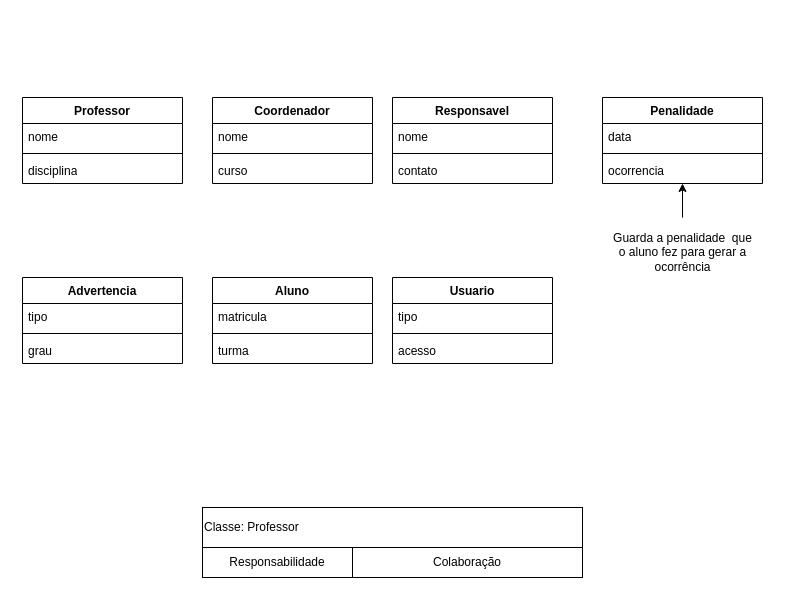
The draw.io diagram identificaçãodeclasse.drawio in J-Gabriels-dev/Problema.suap, before the edit. Source tidied: cells renumbered, new cells numbered last; positions are measured from the earlier drawing's top-left corner, leaving out a move shared by most shapes. Both pictures are drawn from the tidied source at 100%, with x=0, y=0 at pixel (22, 97).
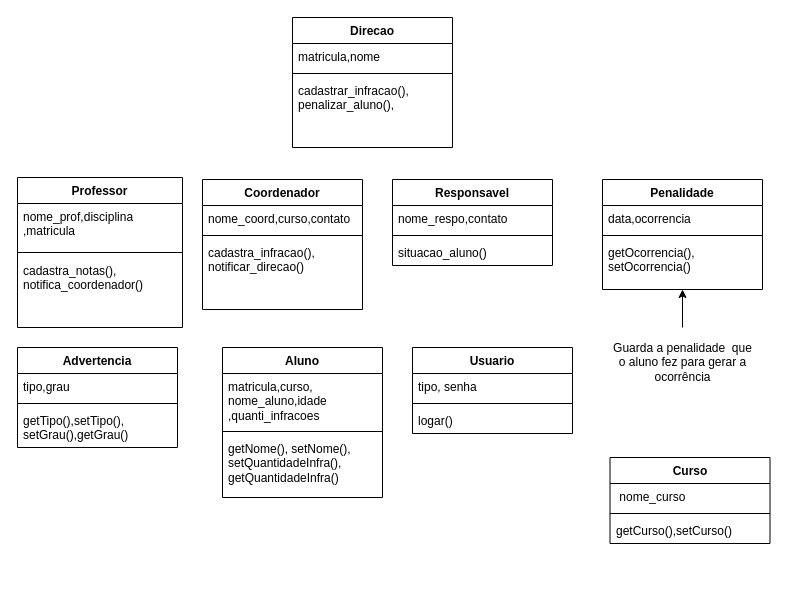
The same diagram, later.

The edit, as a diff of the source:
```diff
@@
     <mxCell id="2" value="&lt;div&gt;Professor&lt;/div&gt;" style="swimlane;fontStyle=1;align=center;verticalAlign=top;horizontal=1;startSize=26;whiteSpace=wrap;html=1;" parent="1" vertex="1">
-      <mxGeometry width="160" height="86" as="geometry" />
+      <mxGeometry x="-5" y="80" width="165" height="150" as="geometry" />
     </mxCell>
-    <mxCell id="3" value="nome" style="text;strokeColor=none;fillColor=none;align=left;verticalAlign=top;spacingLeft=4;spacingRight=4;overflow=hidden;whiteSpace=wrap;html=1;" parent="2" vertex="1">
-      <mxGeometry y="26" width="160" height="26" as="geometry" />
+    <mxCell id="3" value="&lt;div&gt;nome_prof,disciplina&lt;/div&gt;&lt;div&gt;,matricula&lt;/div&gt;" style="text;strokeColor=none;fillColor=none;align=left;verticalAlign=top;spacingLeft=4;spacingRight=4;overflow=hidden;whiteSpace=wrap;html=1;" parent="2" vertex="1">
+      <mxGeometry y="26" width="165" height="44" as="geometry" />
     </mxCell>
     <mxCell id="4" style="line;strokeWidth=1;fillColor=none;align=left;verticalAlign=middle;spacingTop=-1;spacingLeft=3;spacingRight=3;labelPosition=right;strokeColor=inherit;" parent="2" vertex="1">
-      <mxGeometry y="52" width="160" height="8" as="geometry" />
+      <mxGeometry y="70" width="165" height="10" as="geometry" />
     </mxCell>
-    <mxCell id="5" value="disciplina" style="text;strokeColor=none;fillColor=none;align=left;verticalAlign=top;spacingLeft=4;spacingRight=4;overflow=hidden;whiteSpace=wrap;html=1;" parent="2" vertex="1">
-      <mxGeometry y="60" width="160" height="26" as="geometry" />
+    <mxCell id="5" value="&lt;div&gt;cadastra_notas(),&lt;/div&gt;&lt;div&gt;notifica_coordenador()&lt;/div&gt;&lt;div&gt;&lt;br&gt;&lt;/div&gt;" style="text;strokeColor=none;fillColor=none;align=left;verticalAlign=top;spacingLeft=4;spacingRight=4;overflow=hidden;whiteSpace=wrap;html=1;" parent="2" vertex="1">
+      <mxGeometry y="80" width="165" height="70" as="geometry" />
     </mxCell>
     <mxCell id="6" value="Coordenador" style="swimlane;fontStyle=1;align=center;verticalAlign=top;horizontal=1;startSize=26;whiteSpace=wrap;html=1;" parent="1" vertex="1">
-      <mxGeometry x="190" width="160" height="86" as="geometry" />
+      <mxGeometry x="180" y="82" width="160" height="130" as="geometry" />
     </mxCell>
-    <mxCell id="7" value="nome" style="text;strokeColor=none;fillColor=none;align=left;verticalAlign=top;spacingLeft=4;spacingRight=4;overflow=hidden;whiteSpace=wrap;html=1;" parent="6" vertex="1">
+    <mxCell id="7" value="nome_coord,curso,contato" style="text;strokeColor=none;fillColor=none;align=left;verticalAlign=top;spacingLeft=4;spacingRight=4;overflow=hidden;whiteSpace=wrap;html=1;" parent="6" vertex="1">
       <mxGeometry y="26" width="160" height="26" as="geometry" />
     </mxCell>
@@
-    <mxCell id="9" value="curso" style="text;strokeColor=none;fillColor=none;align=left;verticalAlign=top;spacingLeft=4;spacingRight=4;overflow=hidden;whiteSpace=wrap;html=1;" parent="6" vertex="1">
-      <mxGeometry y="60" width="160" height="26" as="geometry" />
+    <mxCell id="9" value="&lt;div&gt;cadastra_infracao(),&lt;/div&gt;&lt;div&gt;notificar_direcao()&lt;/div&gt;" style="text;strokeColor=none;fillColor=none;align=left;verticalAlign=top;spacingLeft=4;spacingRight=4;overflow=hidden;whiteSpace=wrap;html=1;" parent="6" vertex="1">
+      <mxGeometry y="60" width="160" height="70" as="geometry" />
     </mxCell>
     <mxCell id="10" value="Responsavel" style="swimlane;fontStyle=1;align=center;verticalAlign=top;horizontal=1;startSize=26;whiteSpace=wrap;html=1;" parent="1" vertex="1">
-      <mxGeometry x="370" width="160" height="86" as="geometry" />
+      <mxGeometry x="370" y="82" width="160" height="86" as="geometry" />
     </mxCell>
-    <mxCell id="11" value="nome" style="text;strokeColor=none;fillColor=none;align=left;verticalAlign=top;spacingLeft=4;spacingRight=4;overflow=hidden;whiteSpace=wrap;html=1;" parent="10" vertex="1">
+    <mxCell id="11" value="nome_respo,contato" style="text;strokeColor=none;fillColor=none;align=left;verticalAlign=top;spacingLeft=4;spacingRight=4;overflow=hidden;whiteSpace=wrap;html=1;" parent="10" vertex="1">
       <mxGeometry y="26" width="160" height="26" as="geometry" />
     </mxCell>
@@
-    <mxCell id="13" value="contato" style="text;strokeColor=none;fillColor=none;align=left;verticalAlign=top;spacingLeft=4;spacingRight=4;overflow=hidden;whiteSpace=wrap;html=1;" parent="10" vertex="1">
+    <mxCell id="13" value="situacao_aluno()" style="text;strokeColor=none;fillColor=none;align=left;verticalAlign=top;spacingLeft=4;spacingRight=4;overflow=hidden;whiteSpace=wrap;html=1;" parent="10" vertex="1">
       <mxGeometry y="60" width="160" height="26" as="geometry" />
     </mxCell>
     <mxCell id="14" value="&lt;div&gt;Penalidade&lt;/div&gt;" style="swimlane;fontStyle=1;align=center;verticalAlign=top;horizontal=1;startSize=26;whiteSpace=wrap;html=1;" parent="1" vertex="1">
-      <mxGeometry x="580" width="160" height="86" as="geometry" />
+      <mxGeometry x="580" y="82" width="160" height="110" as="geometry" />
     </mxCell>
-    <mxCell id="15" value="data" style="text;strokeColor=none;fillColor=none;align=left;verticalAlign=top;spacingLeft=4;spacingRight=4;overflow=hidden;whiteSpace=wrap;html=1;" parent="14" vertex="1">
+    <mxCell id="15" value="data,ocorrencia" style="text;strokeColor=none;fillColor=none;align=left;verticalAlign=top;spacingLeft=4;spacingRight=4;overflow=hidden;whiteSpace=wrap;html=1;" parent="14" vertex="1">
       <mxGeometry y="26" width="160" height="26" as="geometry" />
     </mxCell>
@@
-    <mxCell id="17" value="ocorrencia" style="text;strokeColor=none;fillColor=none;align=left;verticalAlign=top;spacingLeft=4;spacingRight=4;overflow=hidden;whiteSpace=wrap;html=1;" parent="14" vertex="1">
-      <mxGeometry y="60" width="160" height="26" as="geometry" />
+    <mxCell id="17" value="&lt;div&gt;getOcorrencia(),&lt;/div&gt;&lt;div&gt;setOcorrencia()&lt;/div&gt;" style="text;strokeColor=none;fillColor=none;align=left;verticalAlign=top;spacingLeft=4;spacingRight=4;overflow=hidden;whiteSpace=wrap;html=1;" parent="14" vertex="1">
+      <mxGeometry y="60" width="160" height="50" as="geometry" />
     </mxCell>
-    <mxCell id="18" value="Advertencia" style="swimlane;fontStyle=1;align=center;verticalAlign=top;horizontal=1;startSize=26;whiteSpace=wrap;html=1;" parent="1" vertex="1">
-      <mxGeometry y="180" width="160" height="86" as="geometry" />
-    </mxCell>
-    <mxCell id="19" value="tipo" style="text;strokeColor=none;fillColor=none;align=left;verticalAlign=top;spacingLeft=4;spacingRight=4;overflow=hidden;whiteSpace=wrap;html=1;" parent="18" vertex="1">
-      <mxGeometry y="26" width="160" height="26" as="geometry" />
-    </mxCell>
-    <mxCell id="20" style="line;strokeWidth=1;fillColor=none;align=left;verticalAlign=middle;spacingTop=-1;spacingLeft=3;spacingRight=3;labelPosition=right;strokeColor=inherit;" parent="18" vertex="1">
-      <mxGeometry y="52" width="160" height="8" as="geometry" />
-    </mxCell>
-    <mxCell id="21" value="grau" style="text;strokeColor=none;fillColor=none;align=left;verticalAlign=top;spacingLeft=4;spacingRight=4;overflow=hidden;whiteSpace=wrap;html=1;" parent="18" vertex="1">
-      <mxGeometry y="60" width="160" height="26" as="geometry" />
-    </mxCell>
     <mxCell id="22" value="Aluno" style="swimlane;fontStyle=1;align=center;verticalAlign=top;horizontal=1;startSize=26;whiteSpace=wrap;html=1;" parent="1" vertex="1">
-      <mxGeometry x="190" y="180" width="160" height="86" as="geometry" />
+      <mxGeometry x="200" y="250" width="160" height="150" as="geometry" />
     </mxCell>
-    <mxCell id="23" value="matricula" style="text;strokeColor=none;fillColor=none;align=left;verticalAlign=top;spacingLeft=4;spacingRight=4;overflow=hidden;whiteSpace=wrap;html=1;" parent="22" vertex="1">
-      <mxGeometry y="26" width="160" height="26" as="geometry" />
+    <mxCell id="23" value="&lt;div&gt;matricula,curso,&lt;/div&gt;&lt;div&gt;nome_aluno,idade&lt;/div&gt;,quanti_infracoes" style="text;strokeColor=none;fillColor=none;align=left;verticalAlign=top;spacingLeft=4;spacingRight=4;overflow=hidden;whiteSpace=wrap;html=1;" parent="22" vertex="1">
+      <mxGeometry y="26" width="160" height="54" as="geometry" />
     </mxCell>
     <mxCell id="24" style="line;strokeWidth=1;fillColor=none;align=left;verticalAlign=middle;spacingTop=-1;spacingLeft=3;spacingRight=3;labelPosition=right;strokeColor=inherit;" parent="22" vertex="1">
-      <mxGeometry y="52" width="160" height="8" as="geometry" />
+      <mxGeometry y="80" width="160" height="8" as="geometry" />
     </mxCell>
-    <mxCell id="25" value="turma" style="text;strokeColor=none;fillColor=none;align=left;verticalAlign=top;spacingLeft=4;spacingRight=4;overflow=hidden;whiteSpace=wrap;html=1;" parent="22" vertex="1">
-      <mxGeometry y="60" width="160" height="26" as="geometry" />
+    <mxCell id="25" value="&lt;div&gt;getNome(), setNome(),&lt;/div&gt;&lt;div&gt;setQuantidadeInfra(),&lt;/div&gt;&lt;div&gt;getQuantidadeInfra()&lt;/div&gt;" style="text;strokeColor=none;fillColor=none;align=left;verticalAlign=top;spacingLeft=4;spacingRight=4;overflow=hidden;whiteSpace=wrap;html=1;" parent="22" vertex="1">
+      <mxGeometry y="88" width="160" height="62" as="geometry" />
     </mxCell>
     <mxCell id="26" value="Usuario" style="swimlane;fontStyle=1;align=center;verticalAlign=top;horizontal=1;startSize=26;whiteSpace=wrap;html=1;" parent="1" vertex="1">
-      <mxGeometry x="370" y="180" width="160" height="86" as="geometry" />
+      <mxGeometry x="390" y="250" width="160" height="86" as="geometry" />
     </mxCell>
-    <mxCell id="27" value="tipo" style="text;strokeColor=none;fillColor=none;align=left;verticalAlign=top;spacingLeft=4;spacingRight=4;overflow=hidden;whiteSpace=wrap;html=1;" parent="26" vertex="1">
+    <mxCell id="27" value="tipo, senha" style="text;strokeColor=none;fillColor=none;align=left;verticalAlign=top;spacingLeft=4;spacingRight=4;overflow=hidden;whiteSpace=wrap;html=1;" parent="26" vertex="1">
       <mxGeometry y="26" width="160" height="26" as="geometry" />
     </mxCell>
@@
-    <mxCell id="29" value="acesso" style="text;strokeColor=none;fillColor=none;align=left;verticalAlign=top;spacingLeft=4;spacingRight=4;overflow=hidden;whiteSpace=wrap;html=1;" parent="26" vertex="1">
+    <mxCell id="29" value="logar()" style="text;strokeColor=none;fillColor=none;align=left;verticalAlign=top;spacingLeft=4;spacingRight=4;overflow=hidden;whiteSpace=wrap;html=1;" parent="26" vertex="1">
       <mxGeometry y="60" width="160" height="26" as="geometry" />
     </mxCell>
@@
     <mxCell id="31" value="Guarda a penalidade&amp;nbsp; que o aluno fez para gerar a ocorrência" style="text;html=1;whiteSpace=wrap;strokeColor=none;fillColor=none;align=center;verticalAlign=middle;rounded=0;" parent="1" vertex="1">
-      <mxGeometry x="587.5" y="120" width="145" height="70" as="geometry" />
+      <mxGeometry x="587.5" y="230" width="145" height="70" as="geometry" />
     </mxCell>
-    <mxCell id="32" value="Classe: Professor" style="rounded=0;whiteSpace=wrap;html=1;align=left;" parent="1" vertex="1">
-      <mxGeometry x="180" y="410" width="380" height="40" as="geometry" />
-    </mxCell>
-    <mxCell id="33" value="Responsabilidade" style="rounded=0;whiteSpace=wrap;html=1;" parent="1" vertex="1">
-      <mxGeometry x="180" y="450" width="150" height="30" as="geometry" />
-    </mxCell>
-    <mxCell id="34" value="Colaboração" style="rounded=0;whiteSpace=wrap;html=1;" parent="1" vertex="1">
-      <mxGeometry x="330" y="450" width="230" height="30" as="geometry" />
-    </mxCell>
+    <mxCell id="35" value="Direcao" style="swimlane;fontStyle=1;align=center;verticalAlign=top;horizontal=1;startSize=26;whiteSpace=wrap;html=1;" parent="1" vertex="1">
+      <mxGeometry x="270" y="-80" width="160" height="130" as="geometry" />
+    </mxCell>
+    <mxCell id="36" value="matricula,nome" style="text;strokeColor=none;fillColor=none;align=left;verticalAlign=top;spacingLeft=4;spacingRight=4;overflow=hidden;whiteSpace=wrap;html=1;" parent="35" vertex="1">
+      <mxGeometry y="26" width="160" height="26" as="geometry" />
+    </mxCell>
+    <mxCell id="37" style="line;strokeWidth=1;fillColor=none;align=left;verticalAlign=middle;spacingTop=-1;spacingLeft=3;spacingRight=3;labelPosition=right;strokeColor=inherit;" parent="35" vertex="1">
+      <mxGeometry y="52" width="160" height="8" as="geometry" />
+    </mxCell>
+    <mxCell id="38" value="&lt;div&gt;cadastrar_infracao(),&lt;/div&gt;penalizar_aluno()," style="text;strokeColor=none;fillColor=none;align=left;verticalAlign=top;spacingLeft=4;spacingRight=4;overflow=hidden;whiteSpace=wrap;html=1;" parent="35" vertex="1">
+      <mxGeometry y="60" width="160" height="70" as="geometry" />
+    </mxCell>
+    <mxCell id="39" value="Curso" style="swimlane;fontStyle=1;align=center;verticalAlign=top;horizontal=1;startSize=26;whiteSpace=wrap;html=1;" parent="1" vertex="1">
+      <mxGeometry x="587.5" y="360" width="160" height="86" as="geometry" />
+    </mxCell>
+    <mxCell id="40" value="&amp;nbsp;nome_curso" style="text;strokeColor=none;fillColor=none;align=left;verticalAlign=top;spacingLeft=4;spacingRight=4;overflow=hidden;whiteSpace=wrap;html=1;" parent="39" vertex="1">
+      <mxGeometry y="26" width="160" height="26" as="geometry" />
+    </mxCell>
+    <mxCell id="41" style="line;strokeWidth=1;fillColor=none;align=left;verticalAlign=middle;spacingTop=-1;spacingLeft=3;spacingRight=3;labelPosition=right;strokeColor=inherit;" parent="39" vertex="1">
+      <mxGeometry y="52" width="160" height="8" as="geometry" />
+    </mxCell>
+    <mxCell id="42" value="getCurso(),setCurso()" style="text;strokeColor=none;fillColor=none;align=left;verticalAlign=top;spacingLeft=4;spacingRight=4;overflow=hidden;whiteSpace=wrap;html=1;" parent="39" vertex="1">
+      <mxGeometry y="60" width="160" height="26" as="geometry" />
+    </mxCell>
+    <mxCell id="18" value="Advertencia" style="swimlane;fontStyle=1;align=center;verticalAlign=top;horizontal=1;startSize=26;whiteSpace=wrap;html=1;" parent="1" vertex="1">
+      <mxGeometry x="-5" y="250" width="160" height="100" as="geometry" />
+    </mxCell>
+    <mxCell id="43" value="tipo,grau" style="text;strokeColor=none;fillColor=none;align=left;verticalAlign=top;spacingLeft=4;spacingRight=4;overflow=hidden;whiteSpace=wrap;html=1;" parent="18" vertex="1">
+      <mxGeometry y="26" width="160" height="26" as="geometry" />
+    </mxCell>
+    <mxCell id="44" style="line;strokeWidth=1;fillColor=none;align=left;verticalAlign=middle;spacingTop=-1;spacingLeft=3;spacingRight=3;labelPosition=right;strokeColor=inherit;" parent="18" vertex="1">
+      <mxGeometry y="52" width="160" height="8" as="geometry" />
+    </mxCell>
+    <mxCell id="45" value="&lt;div&gt;getTipo(),setTipo(),&lt;/div&gt;setGrau(),getGrau()" style="text;strokeColor=none;fillColor=none;align=left;verticalAlign=top;spacingLeft=4;spacingRight=4;overflow=hidden;whiteSpace=wrap;html=1;" parent="18" vertex="1">
+      <mxGeometry y="60" width="160" height="40" as="geometry" />
+    </mxCell>
```
